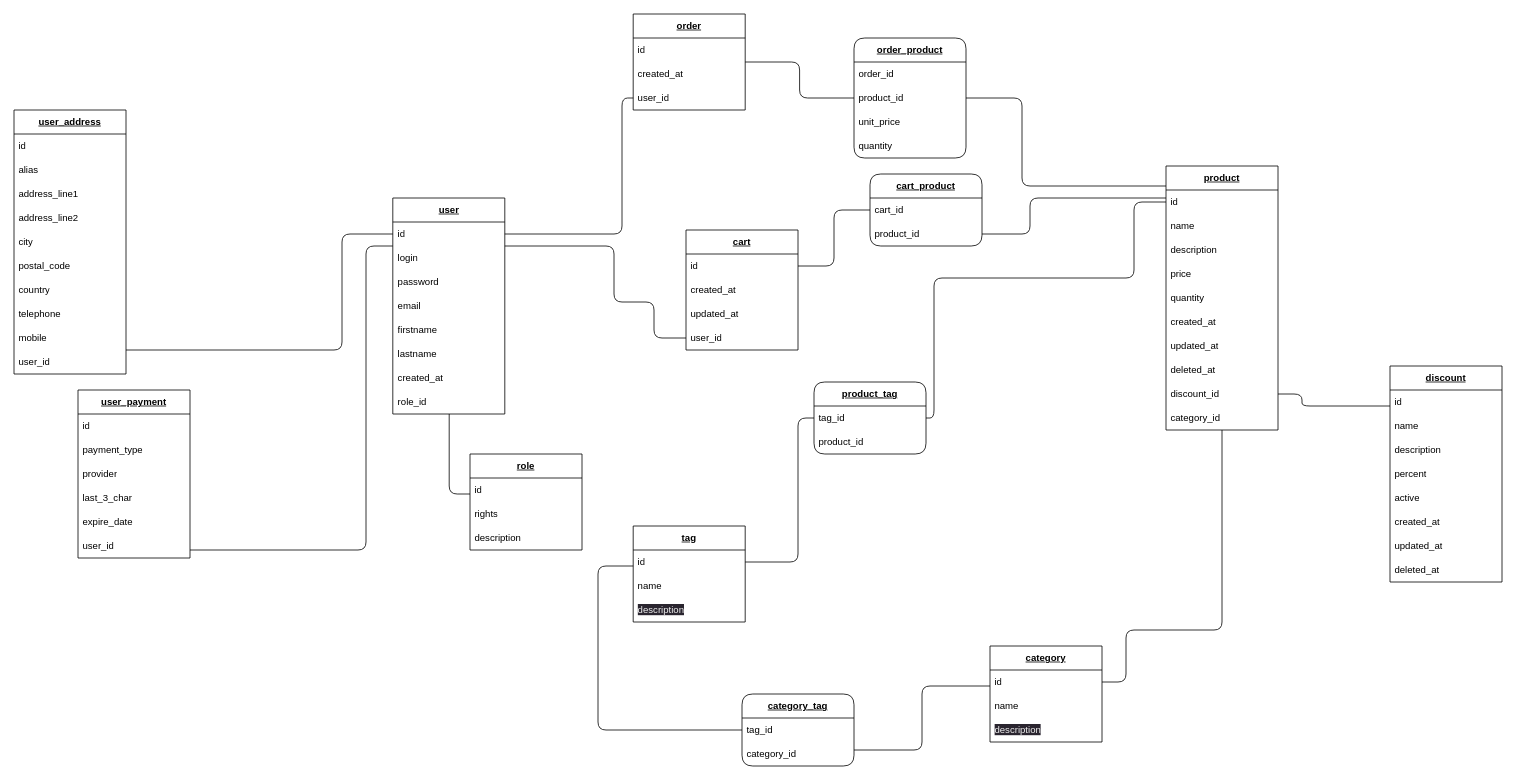
felix-hauger/boutique-en-ligne keeps this draw.io diagram as mld.drawio. Above is the earlier version. Source tidied: cells renumbered, new cells numbered last; positions are measured from the earlier drawing's top-left corner, leaving out a move shared by most shapes. Both pictures are drawn from the tidied source at 80%, with x=0, y=0 at pixel (14, 14).
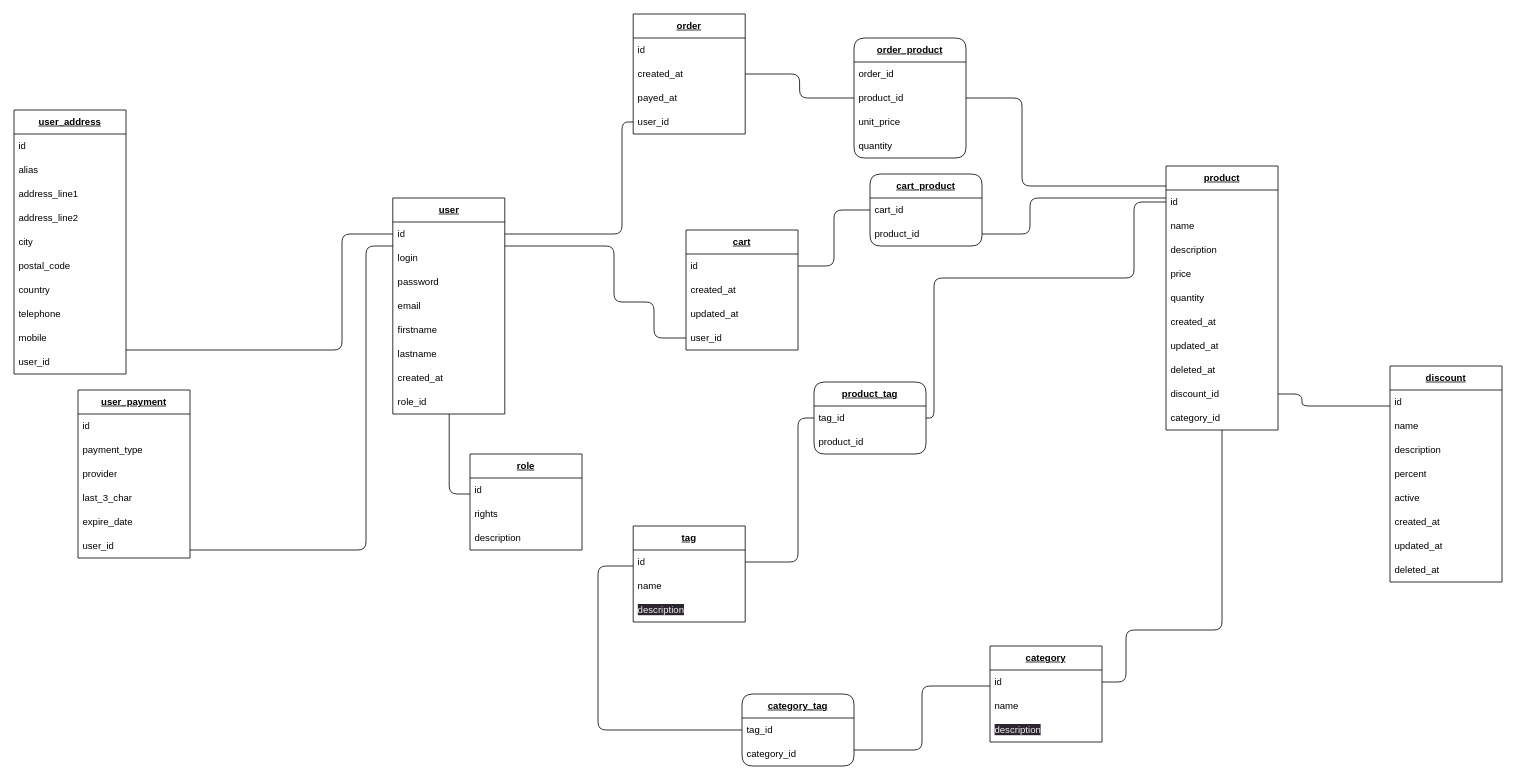
After the change.

Commit message (it also covers changes not shown here):
MCD, MLD, MPD - added payed_at field in order entity/table

The edit, as a diff of the source:
```diff
@@
     <mxCell id="13" value="&lt;b&gt;&lt;u&gt;order&lt;/u&gt;&lt;/b&gt;" style="swimlane;fontStyle=0;horizontal=1;startSize=30;whiteSpace=wrap;html=1;" parent="1" vertex="1">
-      <mxGeometry x="774" width="140" height="120" as="geometry" />
+      <mxGeometry x="774" width="140" height="150" as="geometry" />
     </mxCell>
@@
+    <mxCell id="103" value="payed_at" style="text;strokeColor=none;fillColor=none;align=left;verticalAlign=middle;spacingLeft=4;spacingRight=4;overflow=hidden;whiteSpace=wrap;html=1;" parent="13" vertex="1">
+      <mxGeometry y="90" width="140" height="30" as="geometry" />
+    </mxCell>
     <mxCell id="16" value="user_id" style="text;strokeColor=none;fillColor=none;align=left;verticalAlign=middle;spacingLeft=4;spacingRight=4;overflow=hidden;points=[[0,0.5],[1,0.5]];portConstraint=eastwest;whiteSpace=wrap;html=1;" parent="13" vertex="1">
-      <mxGeometry y="90" width="140" height="30" as="geometry" />
+      <mxGeometry y="120" width="140" height="30" as="geometry" />
     </mxCell>
```
